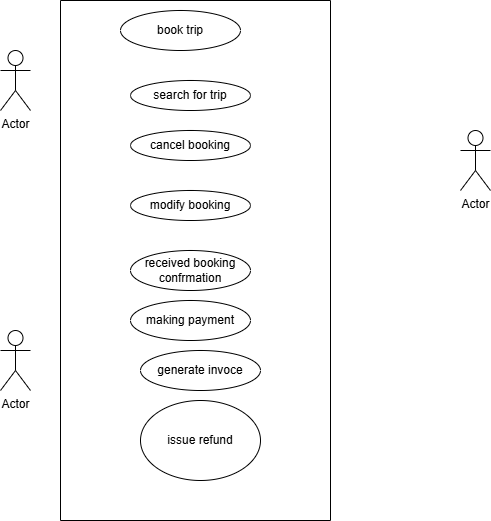
Above: usecase.drawio.png in pallukargii-debug/SEPP1 (draw.io), before the change. Source tidied: cells renumbered, new cells last; positions are measured from the earlier drawing's top-left corner, leaving out a move shared by most shapes. The source it was exported from:
```xml
<mxGraphModel>
  <root>
    <mxCell id="0" />
    <mxCell id="1" parent="0" />
    <mxCell id="2" value="book trip" style="ellipse;whiteSpace=wrap;html=1;" parent="1" vertex="1">
      <mxGeometry x="120" y="10" width="120" height="40" as="geometry" />
    </mxCell>
    <mxCell id="3" value="cancel booking" style="ellipse;whiteSpace=wrap;html=1;" parent="1" vertex="1">
      <mxGeometry x="130" y="130" width="120" height="30" as="geometry" />
    </mxCell>
    <mxCell id="4" value="received booking confrmation" style="ellipse;whiteSpace=wrap;html=1;" parent="1" vertex="1">
      <mxGeometry x="130" y="250" width="120" height="40" as="geometry" />
    </mxCell>
    <mxCell id="5" value="modify booking" style="ellipse;whiteSpace=wrap;html=1;" parent="1" vertex="1">
      <mxGeometry x="130" y="190" width="120" height="30" as="geometry" />
    </mxCell>
    <mxCell id="6" value="search for trip" style="ellipse;whiteSpace=wrap;html=1;" parent="1" vertex="1">
      <mxGeometry x="130" y="80" width="120" height="30" as="geometry" />
    </mxCell>
    <mxCell id="7" value="making payment" style="ellipse;whiteSpace=wrap;html=1;" parent="1" vertex="1">
      <mxGeometry x="130" y="300" width="120" height="40" as="geometry" />
    </mxCell>
    <mxCell id="8" value="issue refund" style="ellipse;whiteSpace=wrap;html=1;" parent="1" vertex="1">
      <mxGeometry x="140" y="400" width="120" height="80" as="geometry" />
    </mxCell>
    <mxCell id="9" value="generate invoce" style="ellipse;whiteSpace=wrap;html=1;" parent="1" vertex="1">
      <mxGeometry x="140" y="350" width="120" height="40" as="geometry" />
    </mxCell>
    <mxCell id="10" value="Actor" style="shape=umlActor;verticalLabelPosition=bottom;verticalAlign=top;html=1;outlineConnect=0;" parent="1" vertex="1">
      <mxGeometry y="50" width="30" height="60" as="geometry" />
    </mxCell>
    <mxCell id="11" value="Actor" style="shape=umlActor;verticalLabelPosition=bottom;verticalAlign=top;html=1;outlineConnect=0;" parent="1" vertex="1">
      <mxGeometry y="330" width="30" height="60" as="geometry" />
    </mxCell>
    <mxCell id="12" value="Actor" style="shape=umlActor;verticalLabelPosition=bottom;verticalAlign=top;html=1;outlineConnect=0;" parent="1" vertex="1">
      <mxGeometry x="460" y="130" width="30" height="60" as="geometry" />
    </mxCell>
    <mxCell id="13" style="swimlane;startSize=0;" parent="1" vertex="1">
      <mxGeometry x="60" width="270" height="520" as="geometry" />
    </mxCell>
  </root>
</mxGraphModel>
```
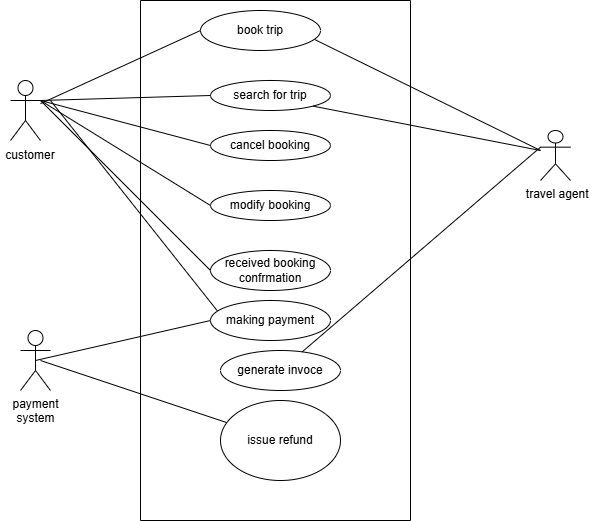
The same diagram one commit later.

Diff of the diagram source:
```diff
@@ -26,17 +26,69 @@
     <mxCell id="9" value="generate invoce" style="ellipse;whiteSpace=wrap;html=1;" parent="1" vertex="1">
       <mxGeometry x="140" y="350" width="120" height="40" as="geometry" />
     </mxCell>
-    <mxCell id="10" value="Actor" style="shape=umlActor;verticalLabelPosition=bottom;verticalAlign=top;html=1;outlineConnect=0;" parent="1" vertex="1">
-      <mxGeometry y="50" width="30" height="60" as="geometry" />
+    <mxCell id="10" style="shape=umlActor;verticalLabelPosition=bottom;verticalAlign=top;html=1;outlineConnect=0;" parent="1" vertex="1">
+      <mxGeometry x="-70" y="80" width="30" height="60" as="geometry" />
     </mxCell>
-    <mxCell id="11" value="Actor" style="shape=umlActor;verticalLabelPosition=bottom;verticalAlign=top;html=1;outlineConnect=0;" parent="1" vertex="1">
-      <mxGeometry y="330" width="30" height="60" as="geometry" />
+    <mxCell id="11" value="payment&lt;div&gt;system&lt;/div&gt;" style="shape=umlActor;verticalLabelPosition=bottom;verticalAlign=top;html=1;outlineConnect=0;" parent="1" vertex="1">
+      <mxGeometry x="-60" y="330" width="30" height="60" as="geometry" />
     </mxCell>
-    <mxCell id="12" value="Actor" style="shape=umlActor;verticalLabelPosition=bottom;verticalAlign=top;html=1;outlineConnect=0;" parent="1" vertex="1">
-      <mxGeometry x="460" y="130" width="30" height="60" as="geometry" />
+    <mxCell id="12" value="&amp;nbsp;travel agent" style="shape=umlActor;verticalLabelPosition=bottom;verticalAlign=top;html=1;outlineConnect=0;" parent="1" vertex="1">
+      <mxGeometry x="460" y="130" width="30" height="50" as="geometry" />
     </mxCell>
     <mxCell id="13" style="swimlane;startSize=0;" parent="1" vertex="1">
       <mxGeometry x="60" width="270" height="520" as="geometry" />
     </mxCell>
+    <mxCell id="14" value="customer" style="text;html=1;whiteSpace=wrap;strokeColor=none;fillColor=none;align=center;verticalAlign=middle;rounded=0;" parent="1" vertex="1">
+      <mxGeometry x="-80" y="140" width="60" height="30" as="geometry" />
+    </mxCell>
+    <mxCell id="15" value="&amp;nbsp;" style="text;html=1;whiteSpace=wrap;strokeColor=none;fillColor=none;align=center;verticalAlign=middle;rounded=0;" parent="1" vertex="1">
+      <mxGeometry x="450" y="190" width="60" height="30" as="geometry" />
+    </mxCell>
+    <mxCell id="16" style="endArrow=none;html=1;rounded=0;entryX=0.5;entryY=0.5;entryDx=0;entryDy=0;entryPerimeter=0;" parent="1" edge="1" target="11">
+      <mxGeometry relative="1" as="geometry">
+        <mxPoint x="130" y="320" as="sourcePoint" />
+      </mxGeometry>
+    </mxCell>
+    <mxCell id="17" style="endArrow=none;html=1;rounded=0;exitX=0.057;exitY=0.259;exitDx=0;exitDy=0;exitPerimeter=0;" parent="1" edge="1" source="7">
+      <mxGeometry relative="1" as="geometry">
+        <mxPoint x="-30" y="100" as="targetPoint" />
+      </mxGeometry>
+    </mxCell>
+    <mxCell id="18" style="endArrow=none;html=1;rounded=0;exitX=1;exitY=0.3333333333333333;exitDx=0;exitDy=0;exitPerimeter=0;entryX=0;entryY=0.5;entryDx=0;entryDy=0;" parent="1" edge="1" source="10" target="4">
+      <mxGeometry relative="1" as="geometry" />
+    </mxCell>
+    <mxCell id="19" style="endArrow=none;html=1;rounded=0;exitX=0;exitY=0.5;exitDx=0;exitDy=0;" parent="1" edge="1" source="5">
+      <mxGeometry relative="1" as="geometry">
+        <mxPoint x="-40" y="100" as="targetPoint" />
+      </mxGeometry>
+    </mxCell>
+    <mxCell id="20" style="endArrow=none;html=1;rounded=0;entryX=0;entryY=0.5;entryDx=0;entryDy=0;exitX=0;exitY=0.5;exitDx=0;exitDy=0;" parent="1" edge="1" source="3" target="6">
+      <mxGeometry relative="1" as="geometry">
+        <Array as="points">
+          <mxPoint x="-40" y="100" />
+        </Array>
+      </mxGeometry>
+    </mxCell>
+    <mxCell id="21" style="endArrow=none;html=1;rounded=0;entryX=0;entryY=0.5;entryDx=0;entryDy=0;" parent="1" edge="1" source="10" target="2">
+      <mxGeometry relative="1" as="geometry" />
+    </mxCell>
+    <mxCell id="22" style="endArrow=none;html=1;rounded=0;exitX=0.951;exitY=0.725;exitDx=0;exitDy=0;exitPerimeter=0;" parent="1" edge="1" source="2">
+      <mxGeometry relative="1" as="geometry">
+        <mxPoint x="460" y="150" as="targetPoint" />
+      </mxGeometry>
+    </mxCell>
+    <mxCell id="23" style="endArrow=none;html=1;rounded=0;entryX=0;entryY=0.3333333333333333;entryDx=0;entryDy=0;entryPerimeter=0;" parent="1" edge="1" source="9" target="12">
+      <mxGeometry relative="1" as="geometry" />
+    </mxCell>
+    <mxCell id="24" style="endArrow=none;html=1;rounded=0;" parent="1" edge="1" target="8">
+      <mxGeometry relative="1" as="geometry">
+        <mxPoint x="-40" y="360" as="sourcePoint" />
+      </mxGeometry>
+    </mxCell>
+    <mxCell id="25" style="endArrow=none;html=1;rounded=0;exitX=1;exitY=1;exitDx=0;exitDy=0;" parent="1" edge="1" source="6">
+      <mxGeometry relative="1" as="geometry">
+        <mxPoint x="460" y="150" as="targetPoint" />
+      </mxGeometry>
+    </mxCell>
   </root>
 </mxGraphModel>
```
